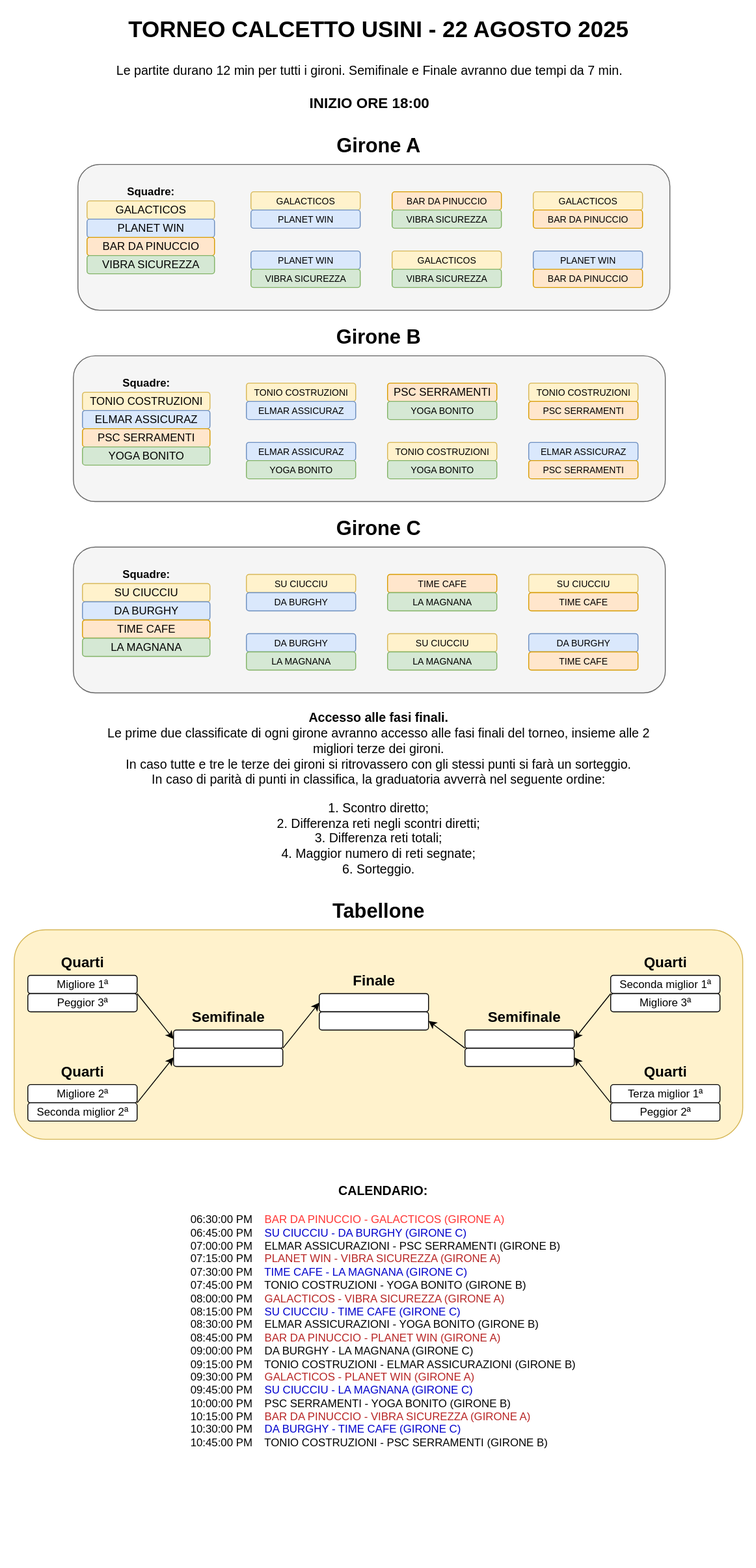
Before: torneo-calcetto-2-2025/tabellone.svg, a diagram exported from draw.io (cscalaresu/tornei). Source tidied: cells renumbered, new cells last; positions are measured from the earlier drawing's top-left corner, leaving out a move shared by most shapes.
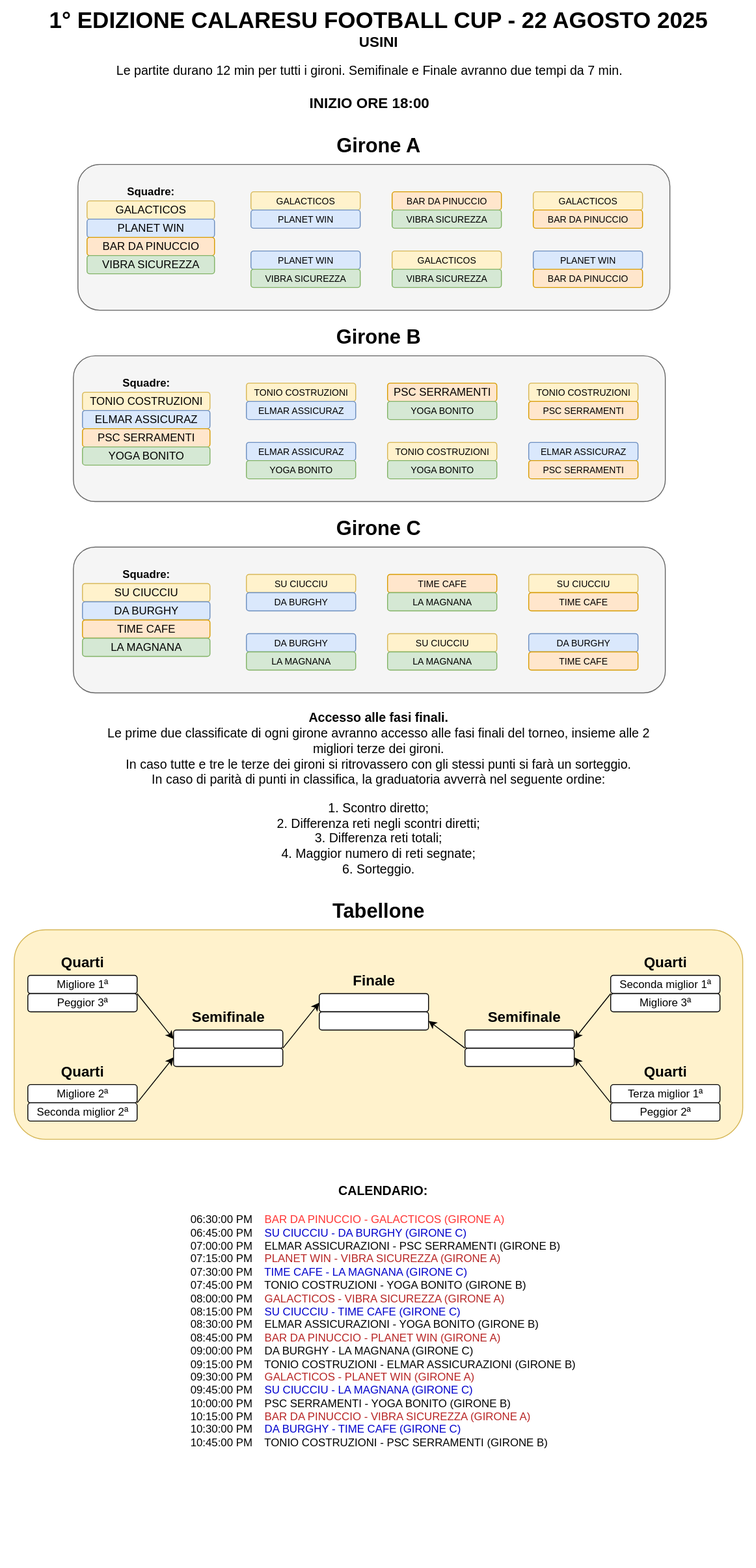
After the change.

Diff of the diagram source:
```diff
@@ -8,7 +8,7 @@
     <mxCell id="3" value="&lt;font style=&quot;font-size: 22px;&quot;&gt;&lt;b&gt;Girone A&lt;/b&gt;&lt;/font&gt;" style="text;html=1;align=center;verticalAlign=middle;whiteSpace=wrap;rounded=0;" parent="1" vertex="1">
       <mxGeometry x="220" y="150" width="390" height="20" as="geometry" />
     </mxCell>
-    <mxCell id="4" value="&lt;font style=&quot;font-size: 25px;&quot;&gt;&lt;b&gt;TORNEO CALCETTO USINI - 22 AGOSTO 2025&lt;/b&gt;&lt;/font&gt;" style="text;html=1;align=center;verticalAlign=middle;whiteSpace=wrap;rounded=0;" parent="1" vertex="1">
+    <mxCell id="4" value="&lt;div&gt;&lt;font style=&quot;font-size: 25px;&quot;&gt;&lt;b&gt;1° EDIZIONE CALARESU FOOTBALL CUP - 22 AGOSTO 2025&lt;/b&gt;&lt;/font&gt;&lt;/div&gt;&lt;div&gt;&lt;font style=&quot;font-size: 16px;&quot;&gt;&lt;b&gt;USINI&lt;/b&gt;&lt;/font&gt;&lt;/div&gt;" style="text;html=1;align=center;verticalAlign=middle;whiteSpace=wrap;rounded=0;" parent="1" vertex="1">
       <mxGeometry width="830" height="60" as="geometry" />
     </mxCell>
     <mxCell id="5" style="rounded=1;whiteSpace=wrap;html=1;fillColor=#f5f5f5;fontColor=#333333;strokeColor=#666666;" parent="1" vertex="1">
```
